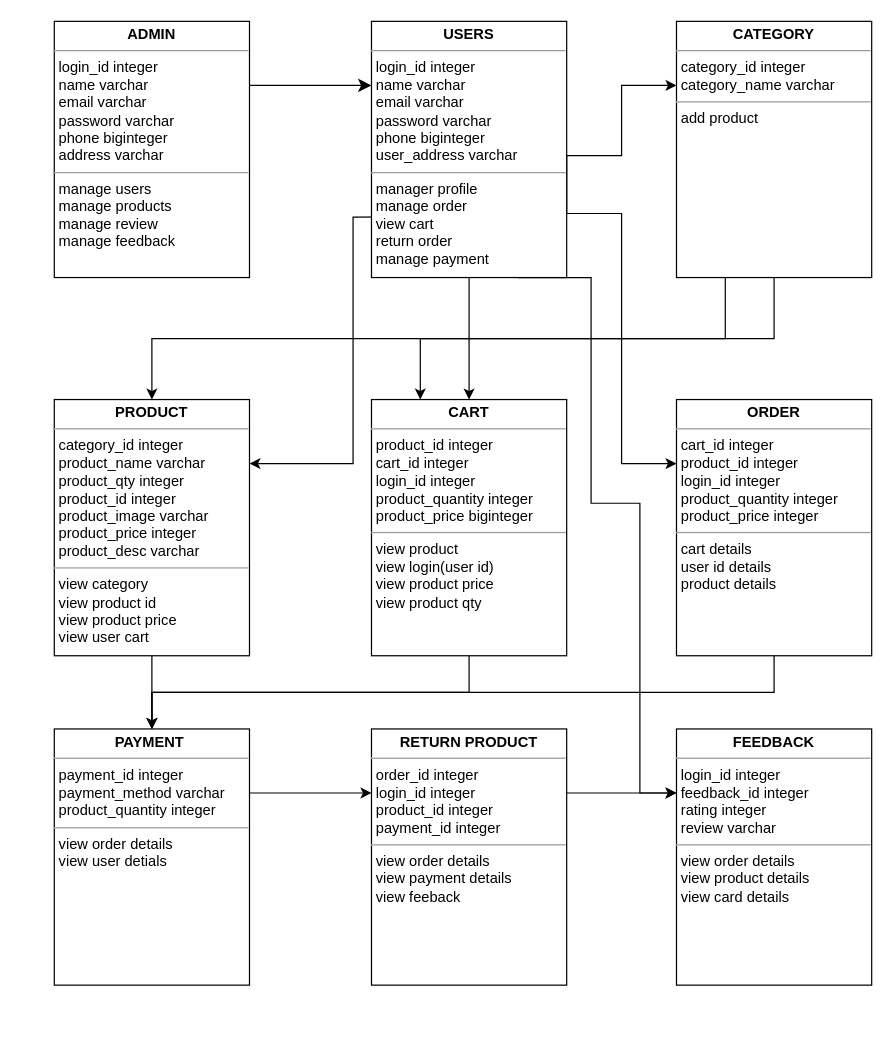
The draw.io diagram page "Database diagram" (6 of 8) of Usecase userside.drawio in panchalbhavya2210/gift_documentation, before the edit. Source tidied: cells renumbered, new cells numbered last; positions are measured from the earlier drawing's top-left corner, leaving out a move shared by most shapes. Both pictures are drawn from the tidied source at 122%, with x=0, y=0 at pixel (54, 21).
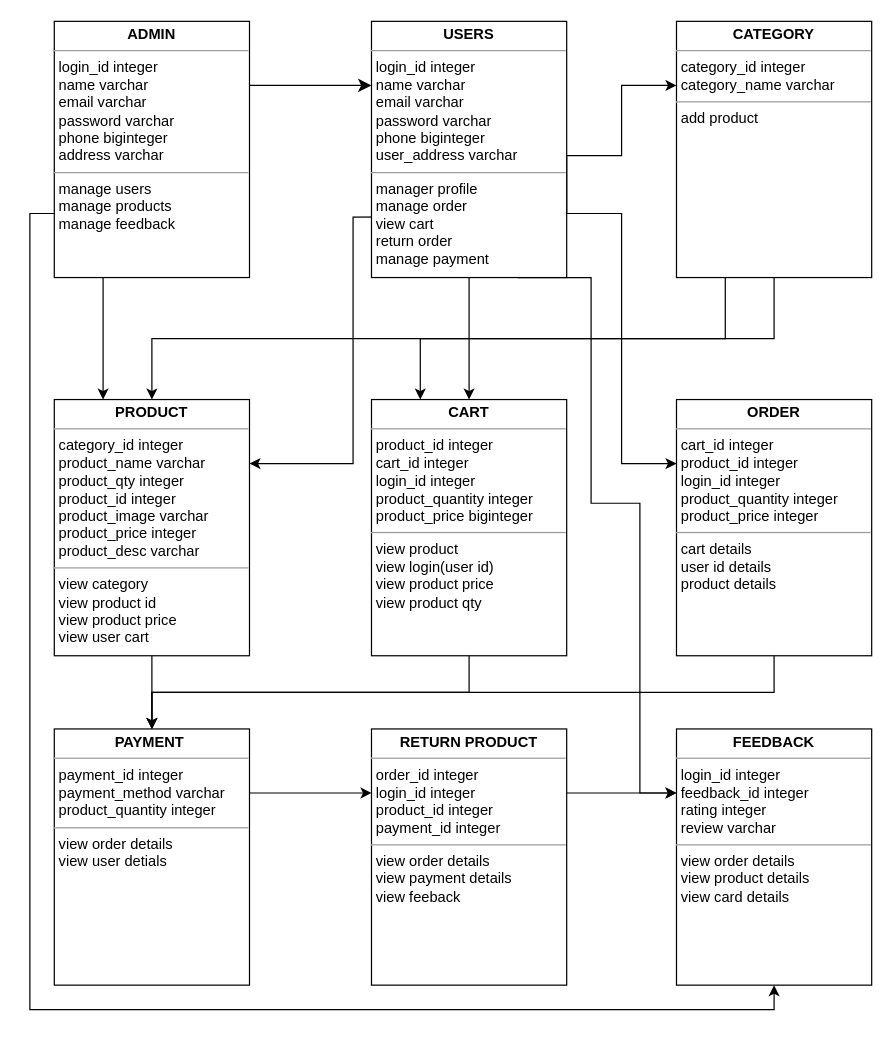
The same diagram, later.

The change refers to these unchanged cells:
```xml
<mxCell id="14" value="&lt;p style=&quot;margin:0px;margin-top:4px;text-align:center;&quot;&gt;&lt;b&gt;PRODUCT&lt;/b&gt;&lt;/p&gt;&lt;hr size=&quot;1&quot;&gt;&lt;p style=&quot;margin:0px;margin-left:4px;&quot;&gt;category_id integer&lt;/p&gt;&lt;p style=&quot;margin:0px;margin-left:4px;&quot;&gt;product_name varchar&lt;/p&gt;&lt;p style=&quot;margin:0px;margin-left:4px;&quot;&gt;product_qty integer&lt;/p&gt;&lt;p style=&quot;margin:0px;margin-left:4px;&quot;&gt;product_id integer&lt;/p&gt;&lt;p style=&quot;margin:0px;margin-left:4px;&quot;&gt;product_image varchar&lt;/p&gt;&lt;p style=&quot;margin:0px;margin-left:4px;&quot;&gt;product_price integer&lt;/p&gt;&lt;p style=&quot;margin:0px;margin-left:4px;&quot;&gt;product_desc varchar&lt;/p&gt;&lt;hr size=&quot;1&quot;&gt;&lt;p style=&quot;margin:0px;margin-left:4px;&quot;&gt;view category&lt;/p&gt;&lt;p style=&quot;margin:0px;margin-left:4px;&quot;&gt;view product id&lt;/p&gt;&lt;p style=&quot;margin:0px;margin-left:4px;&quot;&gt;view product price&lt;/p&gt;&lt;p style=&quot;margin:0px;margin-left:4px;&quot;&gt;view user cart&lt;/p&gt;" style="verticalAlign=top;align=left;overflow=fill;fontSize=12;fontFamily=Helvetica;html=1;whiteSpace=wrap;" parent="1" vertex="1">
  <mxGeometry y="310" width="160" height="210" as="geometry" />
</mxCell>
<mxCell id="23" value="&lt;p style=&quot;margin:0px;margin-top:4px;text-align:center;&quot;&gt;&lt;b&gt;FEEDBACK&lt;/b&gt;&lt;/p&gt;&lt;hr size=&quot;1&quot;&gt;&lt;p style=&quot;margin:0px;margin-left:4px;&quot;&gt;login_id integer&lt;/p&gt;&lt;p style=&quot;margin:0px;margin-left:4px;&quot;&gt;feedback_id integer&lt;/p&gt;&lt;p style=&quot;margin:0px;margin-left:4px;&quot;&gt;rating integer&lt;/p&gt;&lt;p style=&quot;margin:0px;margin-left:4px;&quot;&gt;review varchar&lt;/p&gt;&lt;hr size=&quot;1&quot;&gt;&lt;p style=&quot;margin:0px;margin-left:4px;&quot;&gt;view order details&lt;/p&gt;&lt;p style=&quot;margin:0px;margin-left:4px;&quot;&gt;view product details&lt;/p&gt;&lt;p style=&quot;margin:0px;margin-left:4px;&quot;&gt;view card details&lt;/p&gt;&lt;p style=&quot;margin:0px;margin-left:4px;&quot;&gt;&lt;br&gt;&lt;/p&gt;" style="verticalAlign=top;align=left;overflow=fill;fontSize=12;fontFamily=Helvetica;html=1;whiteSpace=wrap;" parent="1" vertex="1">
  <mxGeometry x="510" y="580" width="160" height="210" as="geometry" />
</mxCell>
```

What changed in the source:
```diff
@@
+    <mxCell id="24" style="edgeStyle=orthogonalEdgeStyle;rounded=0;jettySize=auto;html=1;exitX=0;exitY=0.75;exitDx=0;exitDy=0;entryX=0.5;entryY=1;entryDx=0;entryDy=0;" parent="1" edge="1" source="3" target="23">
+      <mxGeometry relative="1" as="geometry" />
+    </mxCell>
+    <mxCell id="25" style="edgeStyle=orthogonalEdgeStyle;rounded=0;jettySize=auto;html=1;exitX=0.25;exitY=1;exitDx=0;exitDy=0;entryX=0.25;entryY=0;entryDx=0;entryDy=0;" parent="1" edge="1" source="3" target="14">
+      <mxGeometry relative="1" as="geometry" />
+    </mxCell>
-    <mxCell id="3" value="&lt;p style=&quot;margin:0px;margin-top:4px;text-align:center;&quot;&gt;&lt;b&gt;ADMIN&lt;/b&gt;&lt;/p&gt;&lt;hr size=&quot;1&quot;&gt;&lt;p style=&quot;margin:0px;margin-left:4px;&quot;&gt;login_id integer&lt;/p&gt;&lt;p style=&quot;margin:0px;margin-left:4px;&quot;&gt;name varchar&lt;/p&gt;&lt;p style=&quot;margin:0px;margin-left:4px;&quot;&gt;email varchar&lt;/p&gt;&lt;p style=&quot;margin:0px;margin-left:4px;&quot;&gt;password varchar&lt;/p&gt;&lt;p style=&quot;margin:0px;margin-left:4px;&quot;&gt;phone biginteger&lt;/p&gt;&lt;p style=&quot;margin:0px;margin-left:4px;&quot;&gt;address varchar&lt;/p&gt;&lt;hr size=&quot;1&quot;&gt;&lt;p style=&quot;margin:0px;margin-left:4px;&quot;&gt;manage users&lt;/p&gt;&lt;p style=&quot;margin:0px;margin-left:4px;&quot;&gt;manage products&lt;/p&gt;&lt;p style=&quot;margin:0px;margin-left:4px;&quot;&gt;manage review&lt;/p&gt;&lt;p style=&quot;margin:0px;margin-left:4px;&quot;&gt;manage feedback&lt;/p&gt;" style="verticalAlign=top;align=left;overflow=fill;fontSize=12;fontFamily=Helvetica;html=1;whiteSpace=wrap;" parent="1" vertex="1">
+    <mxCell id="3" value="&lt;p style=&quot;margin:0px;margin-top:4px;text-align:center;&quot;&gt;&lt;b&gt;ADMIN&lt;/b&gt;&lt;/p&gt;&lt;hr size=&quot;1&quot;&gt;&lt;p style=&quot;margin:0px;margin-left:4px;&quot;&gt;login_id integer&lt;/p&gt;&lt;p style=&quot;margin:0px;margin-left:4px;&quot;&gt;name varchar&lt;/p&gt;&lt;p style=&quot;margin:0px;margin-left:4px;&quot;&gt;email varchar&lt;/p&gt;&lt;p style=&quot;margin:0px;margin-left:4px;&quot;&gt;password varchar&lt;/p&gt;&lt;p style=&quot;margin:0px;margin-left:4px;&quot;&gt;phone biginteger&lt;/p&gt;&lt;p style=&quot;margin:0px;margin-left:4px;&quot;&gt;address varchar&lt;/p&gt;&lt;hr size=&quot;1&quot;&gt;&lt;p style=&quot;margin:0px;margin-left:4px;&quot;&gt;manage users&lt;/p&gt;&lt;p style=&quot;margin:0px;margin-left:4px;&quot;&gt;manage products&lt;/p&gt;&lt;p style=&quot;margin:0px;margin-left:4px;&quot;&gt;manage feedback&lt;/p&gt;" style="verticalAlign=top;align=left;overflow=fill;fontSize=12;fontFamily=Helvetica;html=1;whiteSpace=wrap;" parent="1" vertex="1">
       <mxGeometry width="160" height="210" as="geometry" />
     </mxCell>
```
